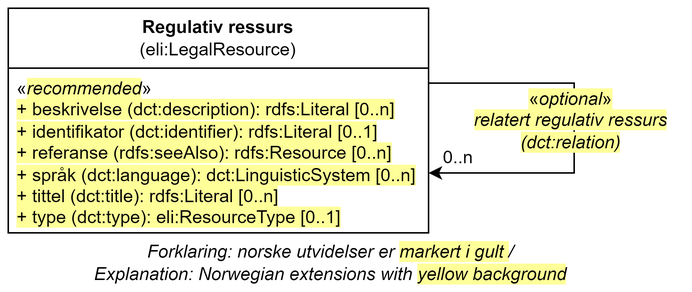
Above: docs/images/Klassen-RegulativRessurs.png in Informasjonsforvaltning/dcat-ap-no (draw.io), before the change. Source tidied: cells renumbered, new cells last; positions are measured from the earlier drawing's top-left corner, leaving out a move shared by most shapes.
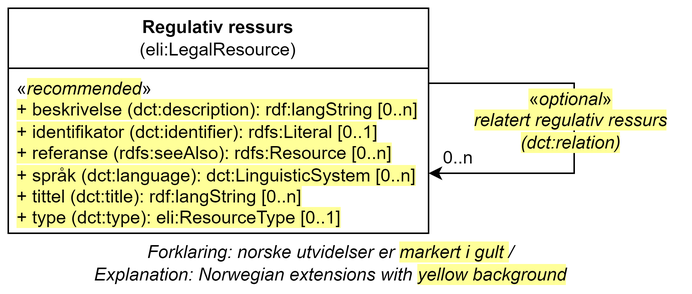
Above is the later version.

Commit message:
Issue #530 - Regulativ ressurs

Change to the diagram source:
```diff
@@ -11,7 +11,7 @@
     <mxCell id="4" value="&lt;b style=&quot;border-color: var(--border-color);&quot;&gt;Regulativ ressurs&lt;/b&gt;&lt;br style=&quot;border-color: var(--border-color);&quot;&gt;(eli:LegalResource)" style="swimlane;fontStyle=0;horizontal=1;startSize=40;fillColor=none;whiteSpace=wrap;html=1;" parent="1" vertex="1">
       <mxGeometry width="280" height="150" as="geometry" />
     </mxCell>
-    <mxCell id="5" value="«&lt;i style=&quot;background-color: rgb(255, 255, 153);&quot;&gt;recommended&lt;/i&gt;»&lt;div&gt;&lt;span style=&quot;background-color: rgb(255, 255, 153);&quot;&gt;+&amp;nbsp;beskrivelse (dct:description): rdfs:Literal [0..n]&lt;/span&gt;&lt;br&gt;&lt;/div&gt;&lt;div&gt;&lt;span style=&quot;background-color: rgb(255, 255, 153);&quot;&gt;+&amp;nbsp;identifikator (dct:identifier): rdfs:Literal [0..1]&lt;/span&gt;&lt;span style=&quot;background-color: rgb(255, 255, 153);&quot;&gt;&lt;br&gt;&lt;/span&gt;&lt;/div&gt;&lt;div&gt;&lt;span style=&quot;background-color: rgb(255, 255, 153);&quot;&gt;+&amp;nbsp;referanse (rdfs:seeAlso): rdfs:Resource [0..n]&lt;/span&gt;&lt;span style=&quot;background-color: rgb(255, 255, 153);&quot;&gt;&lt;br&gt;&lt;/span&gt;&lt;/div&gt;&lt;div&gt;&lt;span style=&quot;background-color: rgb(255, 255, 153);&quot;&gt;+&amp;nbsp;språk (dct:language): dct:LinguisticSystem [0..n]&lt;/span&gt;&lt;span style=&quot;background-color: rgb(255, 255, 153);&quot;&gt;&lt;br&gt;&lt;/span&gt;&lt;/div&gt;&lt;div&gt;&lt;span style=&quot;background-color: rgb(255, 255, 153);&quot;&gt;+ tittel (dct:title): rdfs:Literal [0..n]&lt;/span&gt;&lt;span style=&quot;background-color: rgb(255, 255, 153);&quot;&gt;&lt;br&gt;&lt;/span&gt;&lt;/div&gt;&lt;div&gt;&lt;span style=&quot;background-color: rgb(255, 255, 153);&quot;&gt;+ type (dct:type): eli:ResourceType&amp;nbsp;[0..1]&lt;/span&gt;&lt;span style=&quot;background-color: rgb(255, 255, 153);&quot;&gt;&lt;br&gt;&lt;/span&gt;&lt;/div&gt;" style="text;strokeColor=none;fillColor=none;align=left;verticalAlign=top;spacingLeft=4;spacingRight=4;overflow=hidden;whiteSpace=wrap;html=1;" parent="4" vertex="1">
+    <mxCell id="5" value="«&lt;i style=&quot;background-color: rgb(255, 255, 153);&quot;&gt;recommended&lt;/i&gt;»&lt;div&gt;&lt;span style=&quot;background-color: rgb(255, 255, 153);&quot;&gt;+&amp;nbsp;beskrivelse (dct:description): rdf:langString [0..n]&lt;/span&gt;&lt;br&gt;&lt;/div&gt;&lt;div&gt;&lt;span style=&quot;background-color: rgb(255, 255, 153);&quot;&gt;+&amp;nbsp;identifikator (dct:identifier): rdfs:Literal [0..1]&lt;/span&gt;&lt;span style=&quot;background-color: rgb(255, 255, 153);&quot;&gt;&lt;br&gt;&lt;/span&gt;&lt;/div&gt;&lt;div&gt;&lt;span style=&quot;background-color: rgb(255, 255, 153);&quot;&gt;+&amp;nbsp;referanse (rdfs:seeAlso): rdfs:Resource [0..n]&lt;/span&gt;&lt;span style=&quot;background-color: rgb(255, 255, 153);&quot;&gt;&lt;br&gt;&lt;/span&gt;&lt;/div&gt;&lt;div&gt;&lt;span style=&quot;background-color: rgb(255, 255, 153);&quot;&gt;+&amp;nbsp;språk (dct:language): dct:LinguisticSystem [0..n]&lt;/span&gt;&lt;span style=&quot;background-color: rgb(255, 255, 153);&quot;&gt;&lt;br&gt;&lt;/span&gt;&lt;/div&gt;&lt;div&gt;&lt;span style=&quot;background-color: rgb(255, 255, 153);&quot;&gt;+ tittel (dct:title): rdf:langString [0..n]&lt;/span&gt;&lt;span style=&quot;background-color: rgb(255, 255, 153);&quot;&gt;&lt;br&gt;&lt;/span&gt;&lt;/div&gt;&lt;div&gt;&lt;span style=&quot;background-color: rgb(255, 255, 153);&quot;&gt;+ type (dct:type): eli:ResourceType&amp;nbsp;[0..1]&lt;/span&gt;&lt;span style=&quot;background-color: rgb(255, 255, 153);&quot;&gt;&lt;br&gt;&lt;/span&gt;&lt;/div&gt;" style="text;strokeColor=none;fillColor=none;align=left;verticalAlign=top;spacingLeft=4;spacingRight=4;overflow=hidden;whiteSpace=wrap;html=1;" parent="4" vertex="1">
       <mxGeometry y="40" width="280" height="110" as="geometry" />
     </mxCell>
     <mxCell id="6" style="endArrow=classic;html=1;rounded=0;curved=0;" parent="1" edge="1">
```
